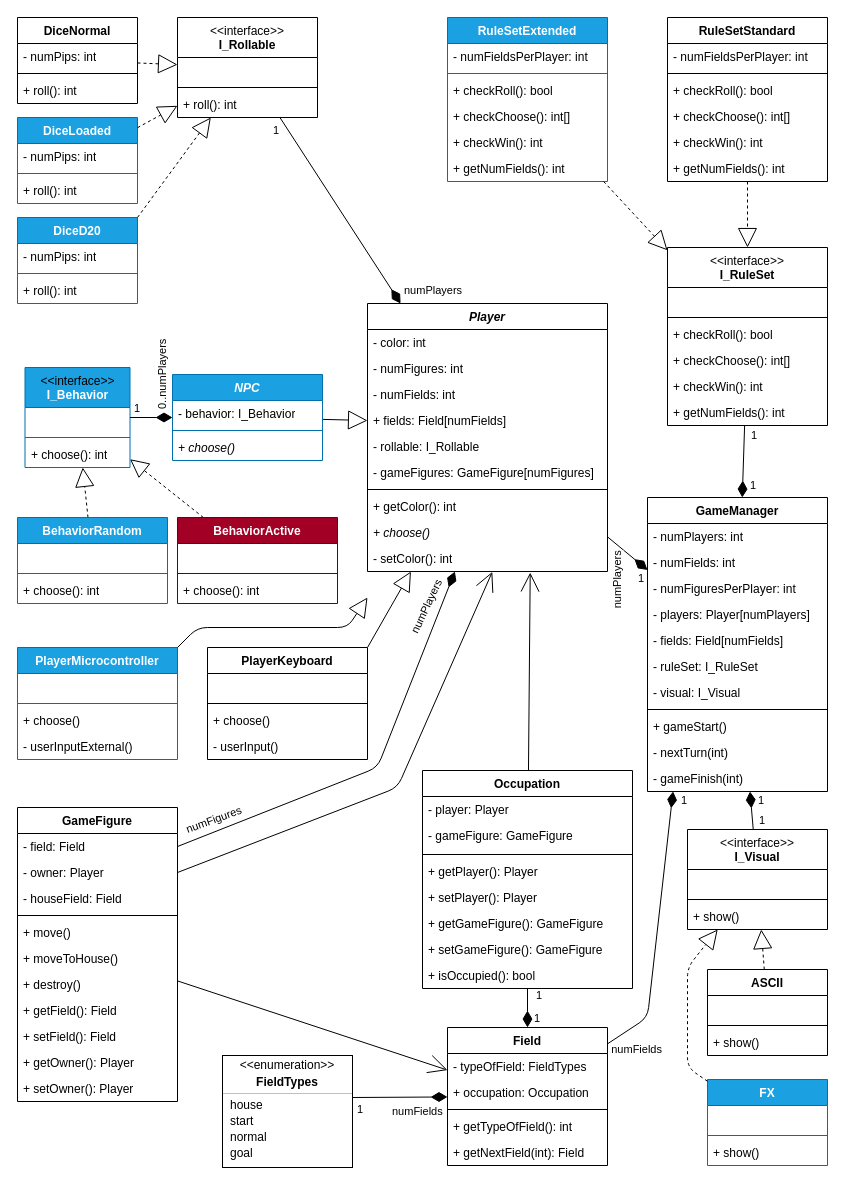
This is page "Seite-1" (1 of 2) of Rothe/diagramme/KlassendiagrammUML.drawio from Chrisdroid8/EmbeddedSystems, a draw.io file, before an edit. Source tidied: cells renumbered, new cells numbered last; positions are measured from the earlier drawing's top-left corner, leaving out a move shared by most shapes. Both pictures are drawn from the tidied source at 100%, with x=0, y=0 at pixel (17, 17).
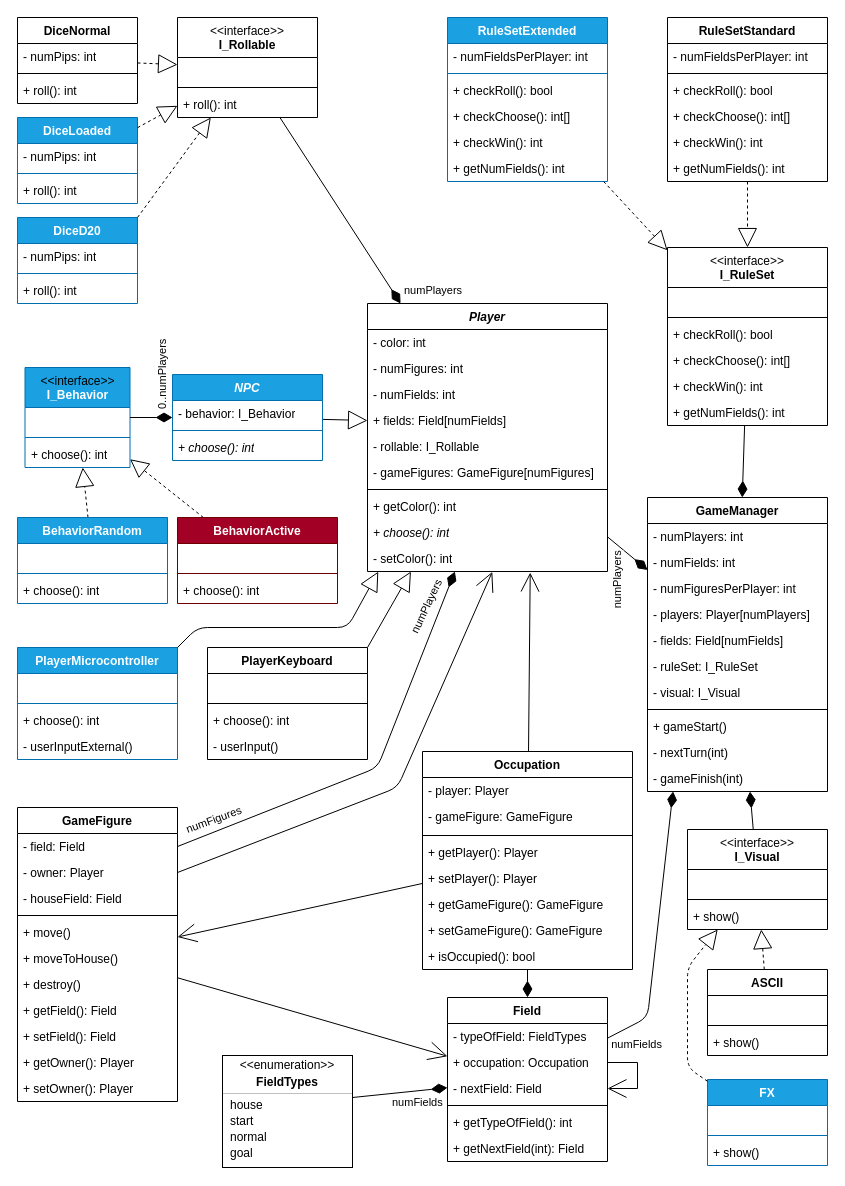
Above is the later version.

Commit message (it also covers changes not shown here):
Implement figure movement from house and enhance field occupation handling

Unchanged cells that the change refers to:
```xml
<mxCell id="6" value="&lt;i&gt;Player&lt;/i&gt;" style="swimlane;fontStyle=1;align=center;verticalAlign=top;horizontal=1;startSize=26;whiteSpace=wrap;html=1;swimlaneLine=1;glass=0;swimlaneFillColor=none;rounded=0;" parent="1" vertex="1">
  <mxGeometry x="350" y="286" width="240" height="268" as="geometry" />
</mxCell>
<mxCell id="16" value="- setColor(): int" style="text;strokeColor=none;fillColor=none;align=left;verticalAlign=top;spacingLeft=4;spacingRight=4;overflow=hidden;points=[[0,0.5],[1,0.5]];portConstraint=eastwest;whiteSpace=wrap;html=1;rounded=0;" parent="6" vertex="1">
  <mxGeometry y="242" width="240" height="26" as="geometry" />
</mxCell>
<mxCell id="31" value="+ occupation: Occupation" style="text;strokeColor=none;fillColor=none;align=left;verticalAlign=top;spacingLeft=4;spacingRight=4;overflow=hidden;points=[[0,0.5],[1,0.5]];portConstraint=eastwest;whiteSpace=wrap;html=1;rounded=0;" parent="29" vertex="1">
  <mxGeometry y="52" width="160" height="26" as="geometry" />
</mxCell>
<mxCell id="78" value="&lt;i&gt;NPC&lt;/i&gt;" style="swimlane;fontStyle=1;align=center;verticalAlign=top;horizontal=1;startSize=26;whiteSpace=wrap;html=1;fillColor=#1ba1e2;fontColor=#ffffff;strokeColor=#006EAF;" parent="1" vertex="1">
  <mxGeometry x="155" y="357" width="150" height="86" as="geometry" />
</mxCell>
<mxCell id="82" value="PlayerMicrocontroller" style="swimlane;fontStyle=1;align=center;verticalAlign=top;horizontal=1;startSize=26;whiteSpace=wrap;html=1;fillColor=#1ba1e2;fontColor=#ffffff;strokeColor=#006EAF;" parent="1" vertex="1">
  <mxGeometry y="630" width="160" height="112" as="geometry" />
</mxCell>
<mxCell id="88" value="PlayerKeyboard" style="swimlane;fontStyle=1;align=center;verticalAlign=top;horizontal=1;startSize=26;whiteSpace=wrap;html=1;" parent="1" vertex="1">
  <mxGeometry x="190" y="630" width="160" height="112" as="geometry" />
</mxCell>
<mxCell id="114" value="GameFigure" style="swimlane;fontStyle=1;align=center;verticalAlign=top;horizontal=1;startSize=26;whiteSpace=wrap;html=1;" parent="1" vertex="1">
  <mxGeometry y="790" width="160" height="294" as="geometry" />
</mxCell>
<mxCell id="151" style="endArrow=none;html=1;endSize=12;startArrow=diamondThin;startSize=14;startFill=1;endFill=0;" parent="1" edge="1" source="6" target="57">
  <mxGeometry relative="1" as="geometry" />
</mxCell>
<mxCell id="154" style="endArrow=none;html=1;endSize=12;startArrow=diamondThin;startSize=14;startFill=1;endFill=0;" parent="1" edge="1" source="78" target="93">
  <mxGeometry relative="1" as="geometry" />
</mxCell>
<mxCell id="157" style="endArrow=none;html=1;endSize=12;startArrow=diamondThin;startSize=14;startFill=1;endFill=0;" parent="1" edge="1" source="17" target="71">
  <mxGeometry relative="1" as="geometry" />
</mxCell>
<mxCell id="160" style="endArrow=none;html=1;endSize=12;startArrow=diamondThin;startSize=14;startFill=1;endFill=0;" parent="1" edge="1" source="17" target="6">
  <mxGeometry relative="1" as="geometry" />
</mxCell>
<mxCell id="166" style="endArrow=none;html=1;endSize=12;startArrow=diamondThin;startSize=14;startFill=1;endFill=0;" parent="1" edge="1" source="17" target="139">
  <mxGeometry relative="1" as="geometry" />
</mxCell>
<mxCell id="169" style="endArrow=none;html=1;endSize=12;startArrow=diamondThin;startSize=14;startFill=1;endFill=0;exitX=0.142;exitY=0.996;exitDx=0;exitDy=0;exitPerimeter=0;" parent="1" edge="1" source="28" target="29">
  <mxGeometry relative="1" as="geometry">
    <Array as="points">
      <mxPoint x="630" y="1000" />
    </Array>
  </mxGeometry>
</mxCell>
<mxCell id="172" style="endArrow=none;html=1;endSize=12;startArrow=diamondThin;startSize=14;startFill=1;endFill=0;entryX=1;entryY=0;entryDx=0;entryDy=0;" parent="1" edge="1" source="29" target="39">
  <mxGeometry relative="1" as="geometry" />
</mxCell>
<mxCell id="175" style="endArrow=none;html=1;endSize=12;startArrow=diamondThin;startSize=14;startFill=1;endFill=0;" parent="1" edge="1" source="29" target="105">
  <mxGeometry relative="1" as="geometry" />
</mxCell>
```

Change to the diagram source:
```diff
@@
-    <mxCell id="15" value="&lt;i&gt;+ choose()&lt;/i&gt;" style="text;strokeColor=none;fillColor=none;align=left;verticalAlign=top;spacingLeft=4;spacingRight=4;overflow=hidden;whiteSpace=wrap;html=1;rounded=0;" parent="6" vertex="1">
+    <mxCell id="15" value="&lt;i&gt;+ choose(): int&lt;/i&gt;" style="text;strokeColor=none;fillColor=none;align=left;verticalAlign=top;spacingLeft=4;spacingRight=4;overflow=hidden;whiteSpace=wrap;html=1;rounded=0;" parent="6" vertex="1">
       <mxGeometry y="216" width="240" height="26" as="geometry" />
     </mxCell>
@@
     <mxCell id="29" value="Field" style="swimlane;fontStyle=1;align=center;verticalAlign=top;horizontal=1;startSize=26;whiteSpace=wrap;html=1;rounded=0;" parent="1" vertex="1">
-      <mxGeometry x="430" y="1010" width="160" height="138" as="geometry" />
+      <mxGeometry x="430" y="980" width="160" height="164" as="geometry" />
     </mxCell>
@@
+    <mxCell id="178" value="- nextField: Field" style="text;strokeColor=none;fillColor=none;align=left;verticalAlign=top;spacingLeft=4;spacingRight=4;overflow=hidden;points=[[0,0.5],[1,0.5]];portConstraint=eastwest;whiteSpace=wrap;html=1;rounded=0;" parent="29" vertex="1">
+      <mxGeometry y="78" width="160" height="26" as="geometry" />
+    </mxCell>
     <mxCell id="32" style="line;strokeWidth=1;fillColor=none;align=left;verticalAlign=middle;spacingTop=-1;spacingLeft=3;spacingRight=3;labelPosition=right;strokeColor=inherit;rounded=0;" parent="29" vertex="1">
-      <mxGeometry y="78" width="160" height="8" as="geometry" />
+      <mxGeometry y="104" width="160" height="8" as="geometry" />
     </mxCell>
     <mxCell id="33" value="+ getTypeOfField(): int" style="text;strokeColor=none;fillColor=none;align=left;verticalAlign=top;spacingLeft=4;spacingRight=4;overflow=hidden;whiteSpace=wrap;html=1;rounded=0;" parent="29" vertex="1">
-      <mxGeometry y="86" width="160" height="26" as="geometry" />
+      <mxGeometry y="112" width="160" height="26" as="geometry" />
     </mxCell>
     <mxCell id="34" value="+ getNextField(int): Field" style="text;strokeColor=none;fillColor=none;align=left;verticalAlign=top;spacingLeft=4;spacingRight=4;overflow=hidden;whiteSpace=wrap;html=1;rounded=0;" parent="29" vertex="1">
-      <mxGeometry y="112" width="160" height="26" as="geometry" />
+      <mxGeometry y="138" width="160" height="26" as="geometry" />
     </mxCell>
+    <mxCell id="179" style="endArrow=open;html=1;rounded=0;endFill=0;endSize=16.9291;startArrow=none;startFill=0;startSize=16.141699999999997;exitX=1;exitY=0.5;exitDx=0;exitDy=0;entryX=1;entryY=0.5;entryDx=0;entryDy=0;" parent="29" edge="1" source="31" target="178">
+      <mxGeometry relative="1" as="geometry">
+        <Array as="points">
+          <mxPoint x="190" y="65" />
+          <mxPoint x="190" y="91" />
+        </Array>
+      </mxGeometry>
+    </mxCell>
@@
-    <mxCell id="81" value="&lt;i&gt;+ choose()&lt;/i&gt;" style="text;strokeColor=none;fillColor=none;align=left;verticalAlign=top;spacingLeft=4;spacingRight=4;overflow=hidden;whiteSpace=wrap;html=1;" parent="78" vertex="1">
+    <mxCell id="81" value="&lt;i&gt;+ choose(): int&lt;/i&gt;" style="text;strokeColor=none;fillColor=none;align=left;verticalAlign=top;spacingLeft=4;spacingRight=4;overflow=hidden;whiteSpace=wrap;html=1;" parent="78" vertex="1">
       <mxGeometry y="60" width="150" height="26" as="geometry" />
     </mxCell>
@@
-    <mxCell id="85" value="+ choose()" style="text;strokeColor=none;fillColor=none;align=left;verticalAlign=top;spacingLeft=4;spacingRight=4;overflow=hidden;whiteSpace=wrap;html=1;" parent="82" vertex="1">
+    <mxCell id="85" value="+ choose(): int" style="text;strokeColor=none;fillColor=none;align=left;verticalAlign=top;spacingLeft=4;spacingRight=4;overflow=hidden;whiteSpace=wrap;html=1;" parent="82" vertex="1">
       <mxGeometry y="60" width="160" height="26" as="geometry" />
     </mxCell>
@@
-    <mxCell id="87" style="endArrow=block;html=1;rounded=1;endFill=0;endSize=16.9291;exitX=1;exitY=0;exitDx=0;exitDy=0;curved=0;" parent="1" edge="1" source="82">
+    <mxCell id="87" style="endArrow=block;html=1;rounded=1;endFill=0;endSize=16.9291;exitX=1;exitY=0;exitDx=0;exitDy=0;curved=0;entryX=0.045;entryY=1.004;entryDx=0;entryDy=0;entryPerimeter=0;" parent="1" edge="1" source="82" target="16">
       <mxGeometry relative="1" as="geometry">
-        <mxPoint x="350" y="580" as="targetPoint" />
         <Array as="points">
           <mxPoint x="180" y="610" />
           <mxPoint x="330" y="610" />
         </Array>
       </mxGeometry>
     </mxCell>
@@
-    <mxCell id="91" value="+ choose()" style="text;strokeColor=none;fillColor=none;align=left;verticalAlign=top;spacingLeft=4;spacingRight=4;overflow=hidden;whiteSpace=wrap;html=1;" parent="88" vertex="1">
+    <mxCell id="91" value="+ choose(): int" style="text;strokeColor=none;fillColor=none;align=left;verticalAlign=top;spacingLeft=4;spacingRight=4;overflow=hidden;whiteSpace=wrap;html=1;" parent="88" vertex="1">
       <mxGeometry y="60" width="160" height="26" as="geometry" />
     </mxCell>
@@
     <mxCell id="105" value="Occupation" style="swimlane;fontStyle=1;align=center;verticalAlign=top;horizontal=1;startSize=26;whiteSpace=wrap;html=1;" parent="1" vertex="1">
-      <mxGeometry x="405" y="753" width="210" height="218" as="geometry" />
+      <mxGeometry x="405" y="734" width="210" height="218" as="geometry" />
     </mxCell>
@@
-    <mxCell id="153" value="1" style="edgeLabel;html=1;align=right;verticalAlign=top;" parent="151" vertex="1">
+    <mxCell id="153" value="&amp;nbsp;" style="edgeLabel;html=1;align=right;verticalAlign=top;" parent="151" vertex="1">
       <mxGeometry x="1" relative="1" as="geometry" />
     </mxCell>
@@
-    <mxCell id="156" value="1" style="edgeLabel;html=1;align=right;verticalAlign=top;" parent="154" vertex="1">
+    <mxCell id="156" value="&amp;nbsp;" style="edgeLabel;html=1;align=right;verticalAlign=top;" parent="154" vertex="1">
       <mxGeometry x="1" relative="1" as="geometry">
         <mxPoint x="11" y="-22" as="offset" />
       </mxGeometry>
     </mxCell>
@@
-    <mxCell id="158" value="1" style="edgeLabel;html=1;align=left;verticalAlign=top;" parent="157" vertex="1">
+    <mxCell id="158" value="&amp;nbsp;" style="edgeLabel;html=1;align=left;verticalAlign=top;" parent="157" vertex="1">
       <mxGeometry x="-1" relative="1" as="geometry">
         <mxPoint x="6" y="-25" as="offset" />
       </mxGeometry>
     </mxCell>
-    <mxCell id="159" value="1" style="edgeLabel;html=1;align=right;verticalAlign=top;" parent="157" vertex="1">
+    <mxCell id="159" value="&amp;nbsp;" style="edgeLabel;html=1;align=right;verticalAlign=top;" parent="157" vertex="1">
       <mxGeometry x="1" relative="1" as="geometry">
         <mxPoint x="13" y="-3" as="offset" />
       </mxGeometry>
     </mxCell>
@@
-    <mxCell id="161" value="1" style="edgeLabel;html=1;align=left;verticalAlign=top;" parent="160" vertex="1">
+    <mxCell id="161" value="&amp;nbsp;" style="edgeLabel;html=1;align=left;verticalAlign=top;" parent="160" vertex="1">
       <mxGeometry x="-1" relative="1" as="geometry">
         <mxPoint x="-11" y="-4" as="offset" />
       </mxGeometry>
     </mxCell>
@@
-    <mxCell id="167" value="1" style="edgeLabel;html=1;align=left;verticalAlign=top;" parent="166" vertex="1">
+    <mxCell id="167" value="&amp;nbsp;" style="edgeLabel;html=1;align=left;verticalAlign=top;" parent="166" vertex="1">
       <mxGeometry x="-1" relative="1" as="geometry">
         <mxPoint x="6" y="-4" as="offset" />
       </mxGeometry>
     </mxCell>
-    <mxCell id="168" value="1" style="edgeLabel;html=1;align=right;verticalAlign=top;" parent="166" vertex="1">
+    <mxCell id="168" value="&amp;nbsp;" style="edgeLabel;html=1;align=right;verticalAlign=top;" parent="166" vertex="1">
       <mxGeometry x="1" relative="1" as="geometry">
         <mxPoint x="12" y="-22" as="offset" />
       </mxGeometry>
     </mxCell>
@@
-    <mxCell id="170" value="1" style="edgeLabel;html=1;align=left;verticalAlign=top;" parent="169" vertex="1">
+    <mxCell id="170" value="&amp;nbsp;" style="edgeLabel;html=1;align=left;verticalAlign=top;" parent="169" vertex="1">
       <mxGeometry x="-1" relative="1" as="geometry">
         <mxPoint x="6" y="-4" as="offset" />
       </mxGeometry>
     </mxCell>
@@
-    <mxCell id="174" value="1" style="edgeLabel;html=1;align=right;verticalAlign=top;" parent="172" vertex="1">
+    <mxCell id="174" value="&amp;nbsp;" style="edgeLabel;html=1;align=right;verticalAlign=top;" parent="172" vertex="1">
       <mxGeometry x="1" relative="1" as="geometry">
         <mxPoint x="11" y="-1" as="offset" />
       </mxGeometry>
     </mxCell>
@@
-    <mxCell id="176" value="1" style="edgeLabel;html=1;align=left;verticalAlign=top;" parent="175" vertex="1">
+    <mxCell id="176" value="&amp;nbsp;" style="edgeLabel;html=1;align=left;verticalAlign=top;" parent="175" vertex="1">
       <mxGeometry x="-1" relative="1" as="geometry">
         <mxPoint x="5" y="-22" as="offset" />
       </mxGeometry>
     </mxCell>
-    <mxCell id="177" value="1" style="edgeLabel;html=1;align=right;verticalAlign=top;" parent="175" vertex="1">
+    <mxCell id="177" value="&amp;nbsp;" style="edgeLabel;html=1;align=right;verticalAlign=top;" parent="175" vertex="1">
       <mxGeometry x="1" relative="1" as="geometry">
         <mxPoint x="15" y="-6" as="offset" />
       </mxGeometry>
     </mxCell>
+    <mxCell id="180" style="endArrow=open;html=1;rounded=0;endFill=0;endSize=16.9291;startArrow=none;startFill=0;startSize=16.141699999999997;" parent="1" edge="1" source="105" target="114">
+      <mxGeometry relative="1" as="geometry" />
+    </mxCell>
```
